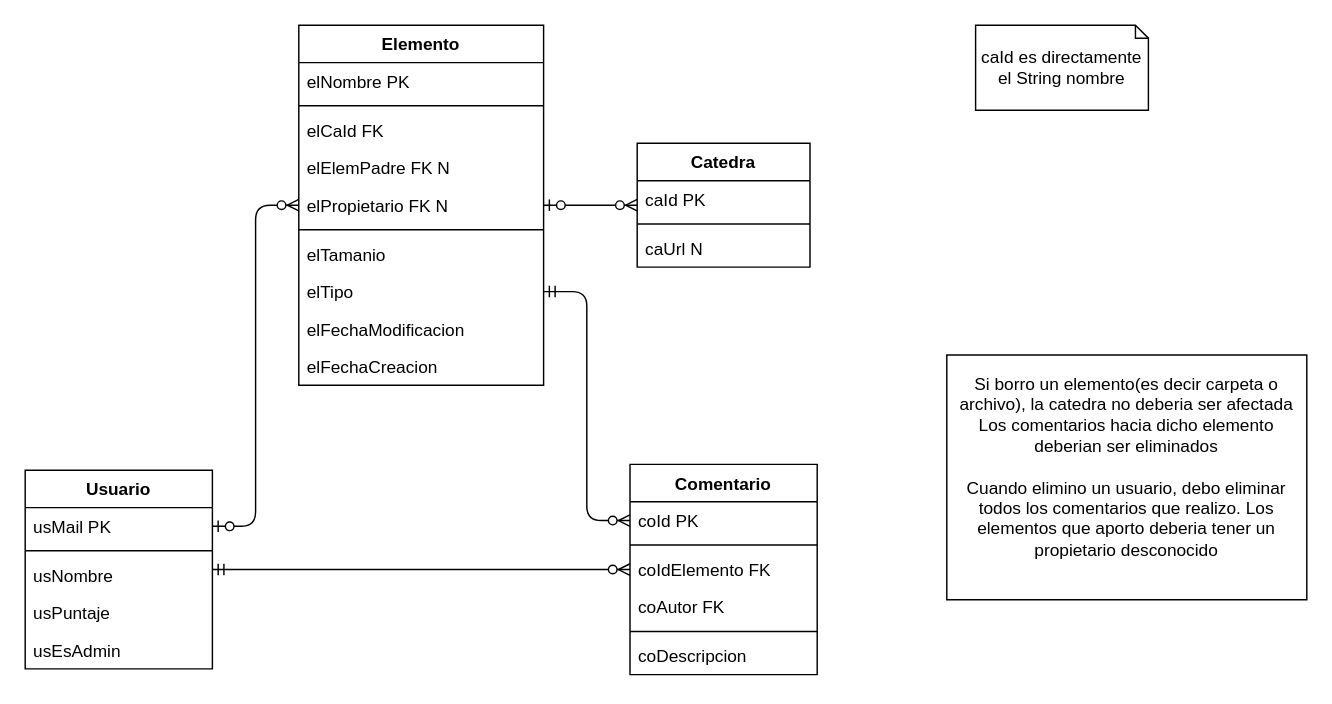
This is diagrama_db.drawio from felixreger/trabajo-objetos, a draw.io file, before an edit. Source tidied: cells renumbered, new cells numbered last; positions are measured from the earlier drawing's top-left corner, leaving out a move shared by most shapes. Both pictures are drawn from the tidied source at 144%, with x=0, y=0 at pixel (24, 24).
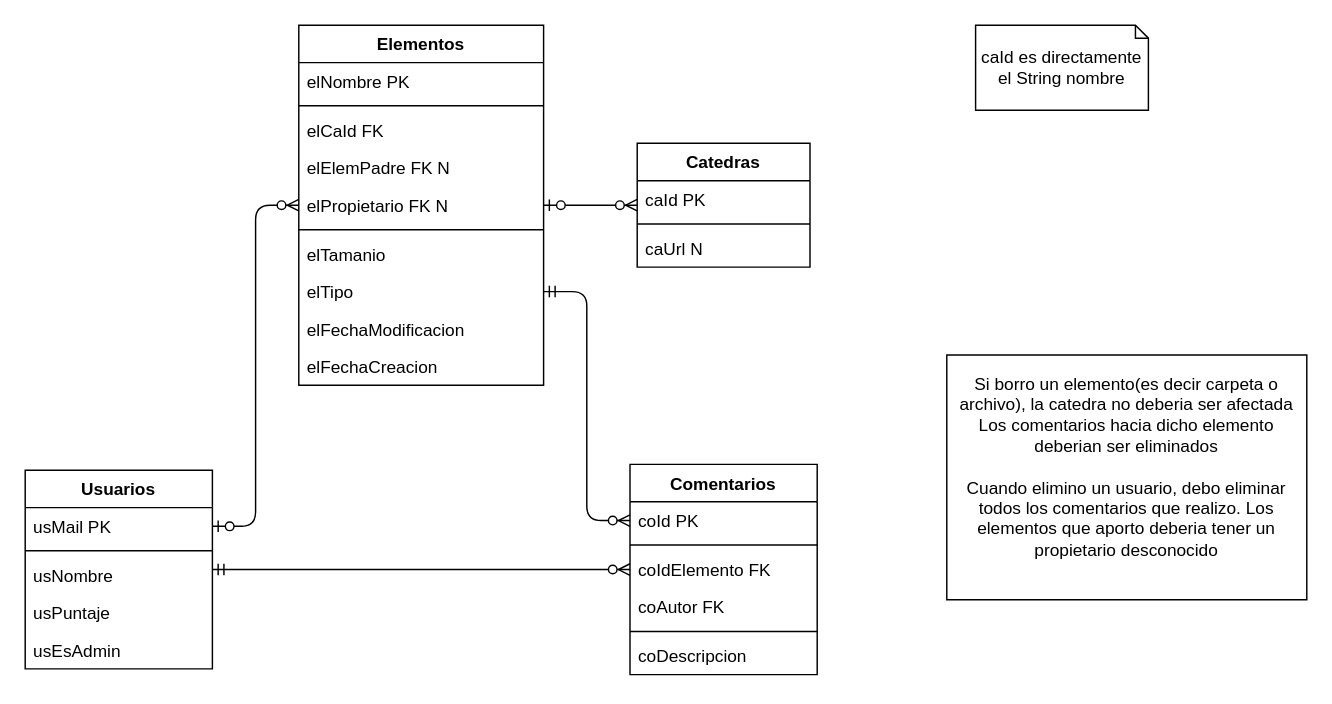
After the change.

Diff of the diagram source:
```diff
@@
-    <mxCell id="2" value="Elemento" style="swimlane;fontStyle=1;align=center;verticalAlign=top;horizontal=1;startSize=26;" parent="1" vertex="1">
+    <mxCell id="2" value="Elementos" style="swimlane;fontStyle=1;align=center;verticalAlign=top;horizontal=1;startSize=26;" parent="1" vertex="1">
       <mxGeometry x="190" width="170" height="250" as="geometry" />
     </mxCell>
@@
-    <mxCell id="13" value="Usuario" style="swimlane;fontStyle=1;align=center;verticalAlign=top;horizontal=1;startSize=26;" parent="1" vertex="1">
+    <mxCell id="13" value="Usuarios" style="swimlane;fontStyle=1;align=center;verticalAlign=top;horizontal=1;startSize=26;" parent="1" vertex="1">
       <mxGeometry y="309" width="130" height="138" as="geometry" />
     </mxCell>
@@
-    <mxCell id="19" value="Comentario" style="swimlane;fontStyle=1;align=center;verticalAlign=top;horizontal=1;startSize=26;" parent="1" vertex="1">
+    <mxCell id="19" value="Comentarios" style="swimlane;fontStyle=1;align=center;verticalAlign=top;horizontal=1;startSize=26;" parent="1" vertex="1">
       <mxGeometry x="420" y="305" width="130" height="146" as="geometry" />
     </mxCell>
@@
-    <mxCell id="26" value="Catedra" style="swimlane;fontStyle=1;align=center;verticalAlign=top;horizontal=1;startSize=26;" parent="1" vertex="1">
+    <mxCell id="26" value="Catedras" style="swimlane;fontStyle=1;align=center;verticalAlign=top;horizontal=1;startSize=26;" parent="1" vertex="1">
       <mxGeometry x="425" y="82" width="120" height="86" as="geometry" />
     </mxCell>
```
